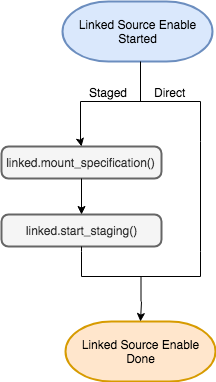
delphix/virtualization-sdk keeps this draw.io diagram as docs/References/images/LinkedSourceEnable.png. Above is the earlier version. Source tidied: cells renumbered, new cells last; positions are measured from the earlier drawing's top-left corner, leaving out a move shared by most shapes. Source of this version:
```xml
<mxGraphModel>
  <root>
    <mxCell id="0" />
    <mxCell id="1" parent="0" />
    <mxCell id="2" value="&lt;span&gt;Linked Source Enable&lt;br&gt;Started&lt;br&gt;&lt;/span&gt;" style="strokeWidth=2;html=1;shape=mxgraph.flowchart.terminator;whiteSpace=wrap;fillColor=#dae8fc;strokeColor=#6c8ebf;" parent="1" vertex="1">
      <mxGeometry x="61" width="150" height="60" as="geometry" />
    </mxCell>
    <mxCell id="3" value="Linked Source Enable&lt;br&gt;&lt;span&gt;Done&lt;br&gt;&lt;/span&gt;" style="strokeWidth=2;html=1;shape=mxgraph.flowchart.terminator;whiteSpace=wrap;fillColor=#ffe6cc;strokeColor=#d79b00;" parent="1" vertex="1">
      <mxGeometry x="64" y="320" width="150" height="60" as="geometry" />
    </mxCell>
    <mxCell id="4" value="linked.mount_specification()" style="rounded=1;whiteSpace=wrap;html=1;absoluteArcSize=1;arcSize=14;strokeWidth=2;fillColor=#f5f5f5;strokeColor=#666666;fontColor=#333333;" parent="1" vertex="1">
      <mxGeometry y="145" width="160" height="32" as="geometry" />
    </mxCell>
    <mxCell id="5" style="endArrow=classic;html=1;exitX=1;exitY=1;exitDx=0;exitDy=0;exitPerimeter=0;entryX=0.5;entryY=0;entryDx=0;entryDy=0;" parent="1" edge="1" source="10" target="4">
      <mxGeometry relative="1" as="geometry" />
    </mxCell>
    <mxCell id="6" value="Staged" style="text;html=1;align=left;verticalAlign=top;spacingTop=-4;" parent="1" vertex="1">
      <mxGeometry x="86" y="82" width="50" height="20" as="geometry" />
    </mxCell>
    <mxCell id="7" value="Direct" style="text;html=1;align=left;verticalAlign=top;spacingTop=-4;" parent="1" vertex="1">
      <mxGeometry x="151" y="82" width="50" height="20" as="geometry" />
    </mxCell>
    <mxCell id="8" value="linked.start_staging()" style="rounded=1;whiteSpace=wrap;html=1;absoluteArcSize=1;arcSize=14;strokeWidth=2;fillColor=#f5f5f5;strokeColor=#666666;fontColor=#333333;" parent="1" vertex="1">
      <mxGeometry y="213" width="160" height="32" as="geometry" />
    </mxCell>
    <mxCell id="9" style="endArrow=classic;html=1;exitX=0.5;exitY=1;exitDx=0;exitDy=0;" parent="1" edge="1" source="4" target="8">
      <mxGeometry relative="1" as="geometry" />
    </mxCell>
    <mxCell id="10" style="strokeWidth=1;html=1;shape=mxgraph.flowchart.annotation_2;align=left;direction=south;" parent="1" vertex="1">
      <mxGeometry x="79" y="60" width="120" height="80" as="geometry" />
    </mxCell>
    <mxCell id="11" style="strokeWidth=1;html=1;shape=mxgraph.flowchart.annotation_2;align=left;direction=north;" parent="1" vertex="1">
      <mxGeometry x="80" y="250" width="119" height="50" as="geometry" />
    </mxCell>
    <mxCell id="12" style="endArrow=none;html=1;entryX=1;entryY=0;entryDx=0;entryDy=0;entryPerimeter=0;endFill=0;" parent="1" edge="1" source="8" target="11">
      <mxGeometry relative="1" as="geometry" />
    </mxCell>
    <mxCell id="13" style="endArrow=none;html=1;endFill=0;exitX=1;exitY=0;exitDx=0;exitDy=0;exitPerimeter=0;entryX=1;entryY=1;entryDx=0;entryDy=0;entryPerimeter=0;" parent="1" edge="1" source="10" target="11">
      <mxGeometry relative="1" as="geometry" />
    </mxCell>
    <mxCell id="14" style="endArrow=classic;html=1;entryX=0.5;entryY=0;entryDx=0;entryDy=0;entryPerimeter=0;exitX=0;exitY=0.5;exitDx=0;exitDy=0;exitPerimeter=0;" parent="1" edge="1" source="11" target="3">
      <mxGeometry relative="1" as="geometry" />
    </mxCell>
  </root>
</mxGraphModel>
```
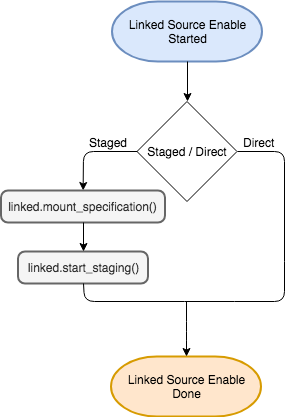
The same diagram one commit later.

The edit, as a diff of the source:
```diff
@@ -2,44 +2,78 @@
   <root>
     <mxCell id="0" />
     <mxCell id="1" parent="0" />
-    <mxCell id="2" value="&lt;span&gt;Linked Source Enable&lt;br&gt;Started&lt;br&gt;&lt;/span&gt;" style="strokeWidth=2;html=1;shape=mxgraph.flowchart.terminator;whiteSpace=wrap;fillColor=#dae8fc;strokeColor=#6c8ebf;" parent="1" vertex="1">
-      <mxGeometry x="61" width="150" height="60" as="geometry" />
+    <mxCell id="2" value="Staged / Direct" style="strokeWidth=1;html=1;shape=mxgraph.flowchart.decision;whiteSpace=wrap;" parent="1" vertex="1">
+      <mxGeometry x="-158.5" y="710" width="100" height="100" as="geometry" />
     </mxCell>
-    <mxCell id="3" value="Linked Source Enable&lt;br&gt;&lt;span&gt;Done&lt;br&gt;&lt;/span&gt;" style="strokeWidth=2;html=1;shape=mxgraph.flowchart.terminator;whiteSpace=wrap;fillColor=#ffe6cc;strokeColor=#d79b00;" parent="1" vertex="1">
-      <mxGeometry x="64" y="320" width="150" height="60" as="geometry" />
+    <mxCell id="3" value="&lt;span&gt;Linked Source Enable&lt;br&gt;Started&lt;br&gt;&lt;/span&gt;" style="strokeWidth=2;html=1;shape=mxgraph.flowchart.terminator;whiteSpace=wrap;fillColor=#dae8fc;strokeColor=#6c8ebf;" parent="1" vertex="1">
+      <mxGeometry x="-183.5" y="610" width="150" height="60" as="geometry" />
     </mxCell>
-    <mxCell id="4" value="linked.mount_specification()" style="rounded=1;whiteSpace=wrap;html=1;absoluteArcSize=1;arcSize=14;strokeWidth=2;fillColor=#f5f5f5;strokeColor=#666666;fontColor=#333333;" parent="1" vertex="1">
-      <mxGeometry y="145" width="160" height="32" as="geometry" />
+    <mxCell id="4" value="Linked Source Enable&lt;br&gt;&lt;span&gt;Done&lt;br&gt;&lt;/span&gt;" style="strokeWidth=2;html=1;shape=mxgraph.flowchart.terminator;whiteSpace=wrap;fillColor=#ffe6cc;strokeColor=#d79b00;" parent="1" vertex="1">
+      <mxGeometry x="-184.5" y="965" width="150" height="60" as="geometry" />
     </mxCell>
-    <mxCell id="5" style="endArrow=classic;html=1;exitX=1;exitY=1;exitDx=0;exitDy=0;exitPerimeter=0;entryX=0.5;entryY=0;entryDx=0;entryDy=0;" parent="1" edge="1" source="10" target="4">
+    <mxCell id="5" style="endArrow=classic;html=1;exitX=0.5;exitY=1;exitDx=0;exitDy=0;exitPerimeter=0;entryX=0.5;entryY=0;entryDx=0;entryDy=0;entryPerimeter=0;" parent="1" edge="1" source="3" target="2">
       <mxGeometry relative="1" as="geometry" />
     </mxCell>
     <mxCell id="6" value="Staged" style="text;html=1;align=left;verticalAlign=top;spacingTop=-4;" parent="1" vertex="1">
-      <mxGeometry x="86" y="82" width="50" height="20" as="geometry" />
+      <mxGeometry x="-208.5" y="742" width="50" height="20" as="geometry" />
     </mxCell>
     <mxCell id="7" value="Direct" style="text;html=1;align=left;verticalAlign=top;spacingTop=-4;" parent="1" vertex="1">
-      <mxGeometry x="151" y="82" width="50" height="20" as="geometry" />
+      <mxGeometry x="-54" y="742" width="50" height="20" as="geometry" />
     </mxCell>
     <mxCell id="8" value="linked.start_staging()" style="rounded=1;whiteSpace=wrap;html=1;absoluteArcSize=1;arcSize=14;strokeWidth=2;fillColor=#f5f5f5;strokeColor=#666666;fontColor=#333333;" parent="1" vertex="1">
-      <mxGeometry y="213" width="160" height="32" as="geometry" />
+      <mxGeometry x="-277.5" y="860" width="130" height="32" as="geometry" />
     </mxCell>
-    <mxCell id="9" style="endArrow=classic;html=1;exitX=0.5;exitY=1;exitDx=0;exitDy=0;" parent="1" edge="1" source="4" target="8">
-      <mxGeometry relative="1" as="geometry" />
+    <mxCell id="9" style="endArrow=classic;html=1;entryX=0.5;entryY=0;entryDx=0;entryDy=0;entryPerimeter=0;" parent="1" edge="1" target="4">
+      <mxGeometry relative="1" as="geometry">
+        <mxPoint x="-109" y="910" as="sourcePoint" />
+        <Array as="points">
+          <mxPoint x="-109" y="940" />
+        </Array>
+      </mxGeometry>
     </mxCell>
-    <mxCell id="10" style="strokeWidth=1;html=1;shape=mxgraph.flowchart.annotation_2;align=left;direction=south;" parent="1" vertex="1">
-      <mxGeometry x="79" y="60" width="120" height="80" as="geometry" />
+    <mxCell id="10" style="endArrow=classic;html=1;exitX=0;exitY=0.5;exitDx=0;exitDy=0;exitPerimeter=0;" parent="1" edge="1" source="2" target="15">
+      <mxGeometry relative="1" as="geometry">
+        <Array as="points">
+          <mxPoint x="-212" y="760" />
+        </Array>
+      </mxGeometry>
     </mxCell>
-    <mxCell id="11" style="strokeWidth=1;html=1;shape=mxgraph.flowchart.annotation_2;align=left;direction=north;" parent="1" vertex="1">
-      <mxGeometry x="80" y="250" width="119" height="50" as="geometry" />
+    <mxCell id="11" style="endArrow=none;html=1;exitX=1;exitY=0.5;exitDx=0;exitDy=0;exitPerimeter=0;endFill=0;" parent="1" edge="1" source="2">
+      <mxGeometry relative="1" as="geometry">
+        <mxPoint x="-11" y="870" as="targetPoint" />
+        <Array as="points">
+          <mxPoint x="-11" y="760" />
+        </Array>
+      </mxGeometry>
     </mxCell>
-    <mxCell id="12" style="endArrow=none;html=1;entryX=1;entryY=0;entryDx=0;entryDy=0;entryPerimeter=0;endFill=0;" parent="1" edge="1" source="8" target="11">
-      <mxGeometry relative="1" as="geometry" />
+    <mxCell id="12" style="endArrow=none;html=1;exitX=0.5;exitY=1;exitDx=0;exitDy=0;endFill=0;" parent="1" edge="1" source="8">
+      <mxGeometry relative="1" as="geometry">
+        <mxPoint x="-111" y="910" as="targetPoint" />
+        <Array as="points">
+          <mxPoint x="-211" y="910" />
+        </Array>
+      </mxGeometry>
     </mxCell>
-    <mxCell id="13" style="endArrow=none;html=1;endFill=0;exitX=1;exitY=0;exitDx=0;exitDy=0;exitPerimeter=0;entryX=1;entryY=1;entryDx=0;entryDy=0;entryPerimeter=0;" parent="1" edge="1" source="10" target="11">
-      <mxGeometry relative="1" as="geometry" />
+    <mxCell id="13" style="endArrow=none;html=1;endFill=0;" parent="1" edge="1">
+      <mxGeometry relative="1" as="geometry">
+        <mxPoint x="-111" y="910" as="sourcePoint" />
+        <mxPoint x="-61" y="910" as="targetPoint" />
+      </mxGeometry>
     </mxCell>
-    <mxCell id="14" style="endArrow=classic;html=1;entryX=0.5;entryY=0;entryDx=0;entryDy=0;entryPerimeter=0;exitX=0;exitY=0.5;exitDx=0;exitDy=0;exitPerimeter=0;" parent="1" edge="1" source="11" target="3">
-      <mxGeometry relative="1" as="geometry" />
+    <mxCell id="14" style="endArrow=none;html=1;endFill=0;" parent="1" edge="1">
+      <mxGeometry relative="1" as="geometry">
+        <mxPoint x="-11" y="870" as="sourcePoint" />
+        <mxPoint x="-61" y="910" as="targetPoint" />
+        <Array as="points">
+          <mxPoint x="-11" y="910" />
+        </Array>
+      </mxGeometry>
     </mxCell>
+    <mxCell id="15" value="linked.mount_specification()" style="rounded=1;whiteSpace=wrap;html=1;absoluteArcSize=1;arcSize=14;strokeWidth=2;fillColor=#f5f5f5;strokeColor=#666666;fontColor=#333333;" parent="1" vertex="1">
+      <mxGeometry x="-294.5" y="799" width="164" height="32" as="geometry" />
+    </mxCell>
+    <mxCell id="16" style="endArrow=classic;html=1;entryX=0.5;entryY=0;entryDx=0;entryDy=0;exitX=0.5;exitY=1;exitDx=0;exitDy=0;" parent="1" edge="1" source="15" target="8">
+      <mxGeometry relative="1" as="geometry" />
+    </mxCell>
   </root>
 </mxGraphModel>
```
